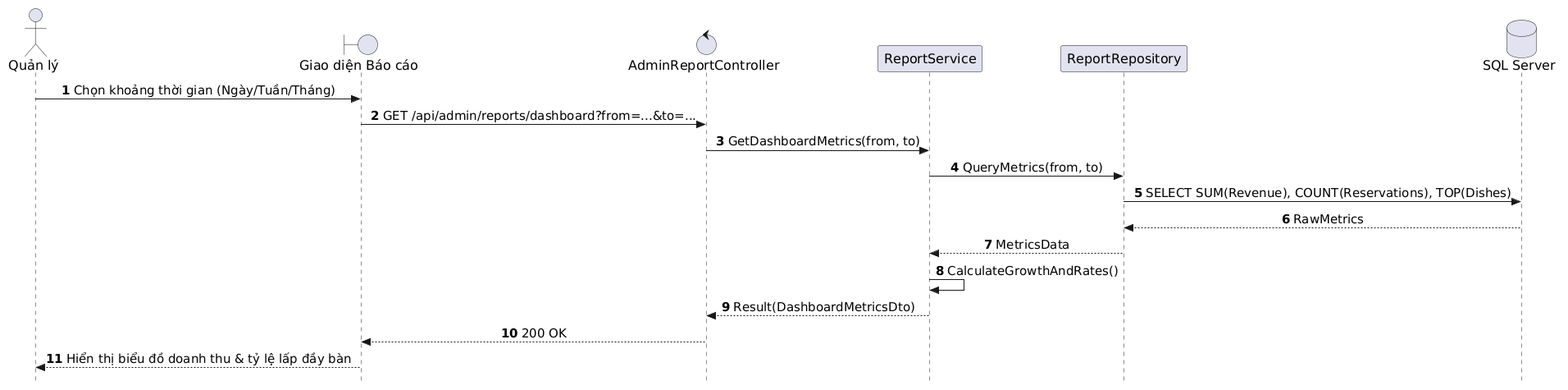
AndrewQng/VinDining keeps this PlantUML diagram as out/docs/puml/sequences/SD_UC_A5_Analytics_Dashboard/SD_UC_A5_Analytics_Dashboard.png. Above is the earlier version. Its diagram source:
```plantuml
@startuml
autonumber
skinparam style strictuml
skinparam sequenceMessageAlign center
skinparam responseMessageBelowArrow true
skinparam defaultFontName "Segoe UI", Arial, sans-serif
skinparam defaultFontSize 16
skinparam sequenceActorFontSize 16
skinparam sequenceParticipantFontSize 16
skinparam sequenceArrowFontSize 15
skinparam sequenceGroupFontSize 15
skinparam sequenceGroupHeaderFontSize 15

actor "Quản lý" as Manager
boundary "Giao diện Báo cáo" as UI
control "AdminReportController" as Controller
participant "ReportService" as Service
participant "ReportRepository" as Repo
database "SQL Server" as DB

Manager -> UI: Chọn khoảng thời gian (Ngày/Tuần/Tháng)
UI -> Controller: GET /api/admin/reports/dashboard?from=...&to=...
Controller -> Service: GetDashboardMetrics(from, to)
Service -> Repo: QueryMetrics(from, to)
Repo -> DB: SELECT SUM(Revenue), COUNT(Reservations), TOP(Dishes)
DB --> Repo: RawMetrics
Repo --> Service: MetricsData
Service -> Service: CalculateGrowthAndRates()
Service --> Controller: Result(DashboardMetricsDto)
Controller --> UI: 200 OK
UI --> Manager: Hiển thị biểu đồ doanh thu & tỷ lệ lấp đầy bàn
@enduml
```
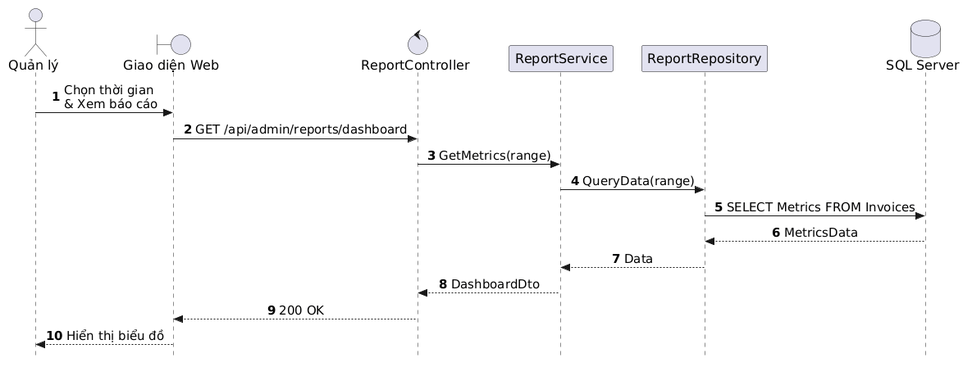
Later version of the same file.

Change to the diagram source:
```diff
@@ -12,21 +12,20 @@
 skinparam sequenceGroupHeaderFontSize 15
 
 actor "Quản lý" as Manager
-boundary "Giao diện Báo cáo" as UI
-control "AdminReportController" as Controller
+boundary "Giao diện Web" as UI
+control "ReportController" as Controller
 participant "ReportService" as Service
 participant "ReportRepository" as Repo
 database "SQL Server" as DB
 
-Manager -> UI: Chọn khoảng thời gian (Ngày/Tuần/Tháng)
-UI -> Controller: GET /api/admin/reports/dashboard?from=...&to=...
-Controller -> Service: GetDashboardMetrics(from, to)
-Service -> Repo: QueryMetrics(from, to)
-Repo -> DB: SELECT SUM(Revenue), COUNT(Reservations), TOP(Dishes)
-DB --> Repo: RawMetrics
-Repo --> Service: MetricsData
-Service -> Service: CalculateGrowthAndRates()
-Service --> Controller: Result(DashboardMetricsDto)
+Manager -> UI: Chọn thời gian \n& Xem báo cáo
+UI -> Controller: GET /api/admin/reports/dashboard
+Controller -> Service: GetMetrics(range)
+Service -> Repo: QueryData(range)
+Repo -> DB: SELECT Metrics FROM Invoices
+DB --> Repo: MetricsData
+Repo --> Service: Data
+Service --> Controller: DashboardDto
 Controller --> UI: 200 OK
-UI --> Manager: Hiển thị biểu đồ doanh thu & tỷ lệ lấp đầy bàn
+UI --> Manager: Hiển thị biểu đồ
 @enduml
```
